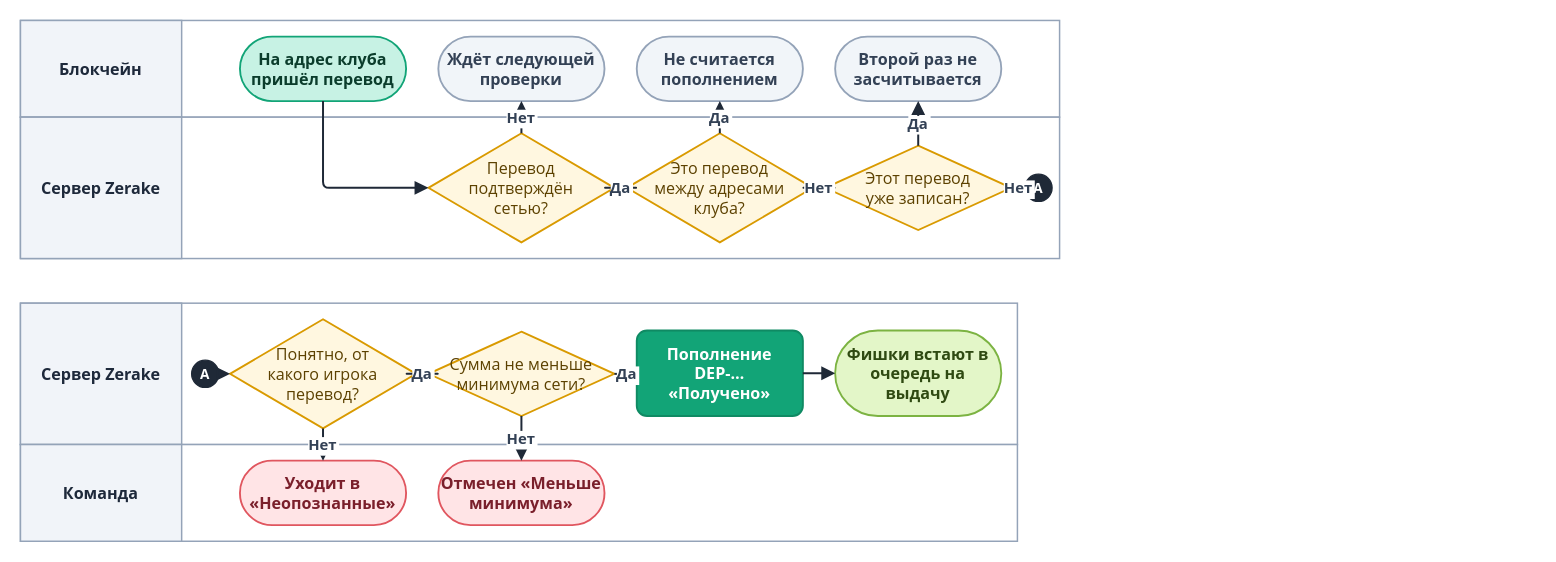
Earlier version of the draw.io diagram diagrams/drawio/detection.drawio (LILSUFFER/zerake-docs). Source tidied: cells renumbered, new cells numbered last; positions are measured from the earlier drawing's top-left corner, leaving out a move shared by most shapes. Both pictures are drawn from the tidied source at 124%, with x=0, y=0 at pixel (20, 20).
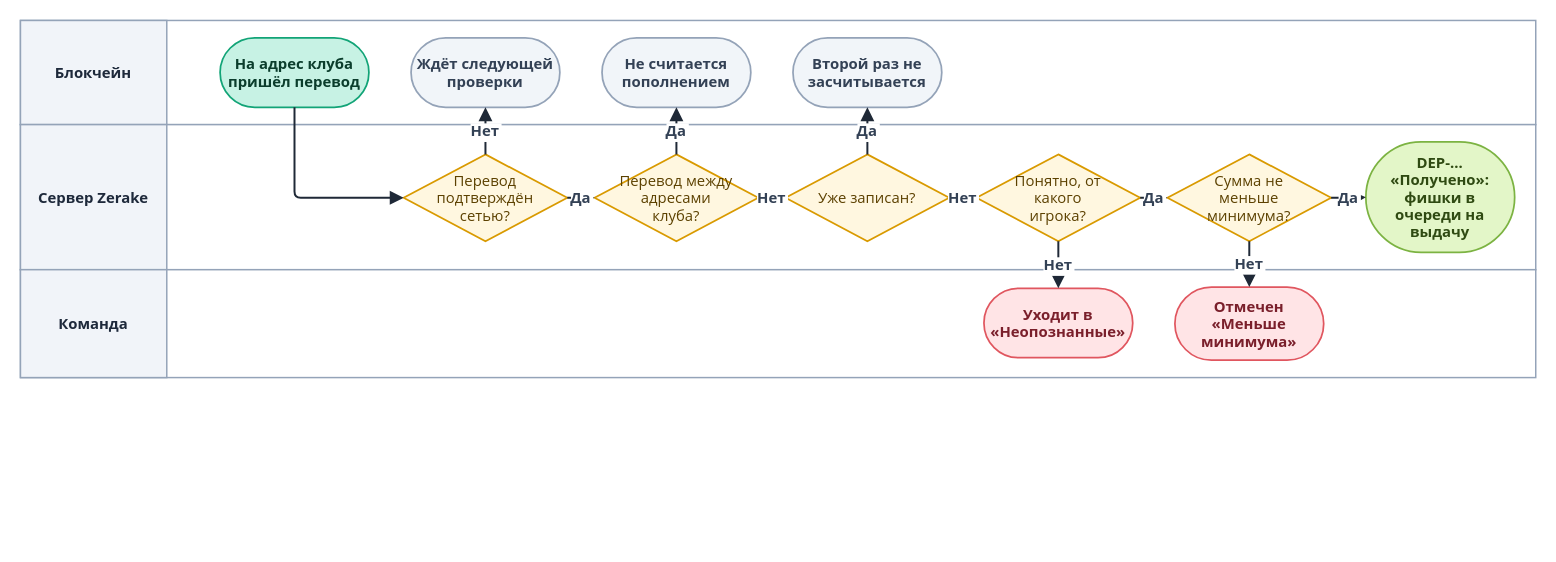
The same page after the edit.

Diff of the diagram source:
```diff
@@
     <mxCell id="2" style="rounded=0;html=0;fillColor=#FFFFFF;strokeColor=#94A3B8;strokeWidth=1.2;" parent="1" vertex="1">
-      <mxGeometry width="838" height="78" as="geometry" />
+      <mxGeometry width="1222" height="84" as="geometry" />
     </mxCell>
-    <mxCell id="3" value="Блокчейн" style="rounded=0;html=0;fillColor=#F1F4F9;strokeColor=#94A3B8;strokeWidth=1.2;fontColor=#1E293B;fontStyle=1;fontSize=13;fontFamily=Segoe UI;align=center;verticalAlign=middle;" parent="1" vertex="1">
-      <mxGeometry width="130" height="78" as="geometry" />
+    <mxCell id="3" value="Блокчейн" style="rounded=0;html=0;fillColor=#F1F4F9;strokeColor=#94A3B8;strokeWidth=1.2;fontColor=#1E293B;fontStyle=1;fontSize=12;fontFamily=Segoe UI;align=center;verticalAlign=middle;" parent="1" vertex="1">
+      <mxGeometry width="118" height="84" as="geometry" />
     </mxCell>
     <mxCell id="4" style="rounded=0;html=0;fillColor=#FFFFFF;strokeColor=#94A3B8;strokeWidth=1.2;" parent="1" vertex="1">
-      <mxGeometry y="78" width="838" height="114" as="geometry" />
+      <mxGeometry y="84" width="1222" height="117" as="geometry" />
     </mxCell>
-    <mxCell id="5" value="Сервер Zerake" style="rounded=0;html=0;fillColor=#F1F4F9;strokeColor=#94A3B8;strokeWidth=1.2;fontColor=#1E293B;fontStyle=1;fontSize=13;fontFamily=Segoe UI;align=center;verticalAlign=middle;" parent="1" vertex="1">
-      <mxGeometry y="78" width="130" height="114" as="geometry" />
+    <mxCell id="5" value="Сервер Zerake" style="rounded=0;html=0;fillColor=#F1F4F9;strokeColor=#94A3B8;strokeWidth=1.2;fontColor=#1E293B;fontStyle=1;fontSize=12;fontFamily=Segoe UI;align=center;verticalAlign=middle;" parent="1" vertex="1">
+      <mxGeometry y="84" width="118" height="117" as="geometry" />
     </mxCell>
-    <mxCell id="6" style="rounded=0;html=0;fillColor=#FFFFFF;strokeColor=#94A3B8;strokeWidth=1.2;" parent="1" vertex="1">
-      <mxGeometry y="228" width="804" height="114" as="geometry" />
-    </mxCell>
-    <mxCell id="7" value="Сервер Zerake" style="rounded=0;html=0;fillColor=#F1F4F9;strokeColor=#94A3B8;strokeWidth=1.2;fontColor=#1E293B;fontStyle=1;fontSize=13;fontFamily=Segoe UI;align=center;verticalAlign=middle;" parent="1" vertex="1">
-      <mxGeometry y="228" width="130" height="114" as="geometry" />
-    </mxCell>
-    <mxCell id="8" style="rounded=0;html=0;fillColor=#FFFFFF;strokeColor=#94A3B8;strokeWidth=1.2;" parent="1" vertex="1">
-      <mxGeometry y="342" width="804" height="78" as="geometry" />
-    </mxCell>
+    <mxCell id="38" style="rounded=0;html=0;fillColor=#FFFFFF;strokeColor=#94A3B8;strokeWidth=1.2;" parent="1" vertex="1">
+      <mxGeometry y="201" width="1222" height="87" as="geometry" />
+    </mxCell>
-    <mxCell id="9" value="Команда" style="rounded=0;html=0;fillColor=#F1F4F9;strokeColor=#94A3B8;strokeWidth=1.2;fontColor=#1E293B;fontStyle=1;fontSize=13;fontFamily=Segoe UI;align=center;verticalAlign=middle;" parent="1" vertex="1">
-      <mxGeometry y="342" width="130" height="78" as="geometry" />
+    <mxCell id="9" value="Команда" style="rounded=0;html=0;fillColor=#F1F4F9;strokeColor=#94A3B8;strokeWidth=1.2;fontColor=#1E293B;fontStyle=1;fontSize=12;fontFamily=Segoe UI;align=center;verticalAlign=middle;" parent="1" vertex="1">
+      <mxGeometry y="201" width="118" height="87" as="geometry" />
     </mxCell>
-    <mxCell id="10" value="На адрес клуба&#10;пришёл перевод" style="rounded=1;arcSize=50;html=0;fontStyle=1;fillColor=#C7F2E4;strokeColor=#12A477;fontColor=#0B3D2C;fontFamily=Segoe UI;fontSize=13;strokeWidth=1.5;" parent="1" vertex="1">
-      <mxGeometry x="177" y="13" width="134" height="52" as="geometry" />
+    <mxCell id="10" value="На адрес клуба&#10;пришёл перевод" style="rounded=1;arcSize=50;html=0;fontStyle=1;fillColor=#C7F2E4;strokeColor=#12A477;fontColor=#0B3D2C;fontFamily=Segoe UI;fontSize=12;strokeWidth=1.4;" parent="1" vertex="1">
+      <mxGeometry x="161" y="14" width="120" height="56" as="geometry" />
     </mxCell>
-    <mxCell id="11" value="Перевод&#10;подтверждён&#10;сетью?" style="rhombus;html=0;fillColor=#FFF7E0;strokeColor=#D99A00;fontColor=#5C4100;fontFamily=Segoe UI;fontSize=13;strokeWidth=1.5;" parent="1" vertex="1">
-      <mxGeometry x="329" y="91" width="150" height="88" as="geometry" />
+    <mxCell id="11" value="Перевод&#10;подтверждён&#10;сетью?" style="rhombus;html=0;fillColor=#FFF7E0;strokeColor=#D99A00;fontColor=#5C4100;fontFamily=Segoe UI;fontSize=12;strokeWidth=1.4;" parent="1" vertex="1">
+      <mxGeometry x="309" y="108" width="132" height="70" as="geometry" />
     </mxCell>
-    <mxCell id="12" value="Ждёт следующей&#10;проверки" style="rounded=1;arcSize=50;html=0;fontStyle=1;fillColor=#F1F5F9;strokeColor=#94A3B8;fontColor=#334155;fontFamily=Segoe UI;fontSize=13;strokeWidth=1.5;" parent="1" vertex="1">
-      <mxGeometry x="337" y="13" width="134" height="52" as="geometry" />
+    <mxCell id="12" value="Ждёт следующей&#10;проверки" style="rounded=1;arcSize=50;html=0;fontStyle=1;fillColor=#F1F5F9;strokeColor=#94A3B8;fontColor=#334155;fontFamily=Segoe UI;fontSize=12;strokeWidth=1.4;" parent="1" vertex="1">
+      <mxGeometry x="315" y="14" width="120" height="56" as="geometry" />
     </mxCell>
-    <mxCell id="13" value="Это перевод&#10;между адресами&#10;клуба?" style="rhombus;html=0;fillColor=#FFF7E0;strokeColor=#D99A00;fontColor=#5C4100;fontFamily=Segoe UI;fontSize=13;strokeWidth=1.5;" parent="1" vertex="1">
-      <mxGeometry x="489" y="91" width="150" height="88" as="geometry" />
+    <mxCell id="13" value="Перевод между&#10;адресами&#10;клуба?" style="rhombus;html=0;fillColor=#FFF7E0;strokeColor=#D99A00;fontColor=#5C4100;fontFamily=Segoe UI;fontSize=12;strokeWidth=1.4;" parent="1" vertex="1">
+      <mxGeometry x="463" y="108" width="132" height="70" as="geometry" />
     </mxCell>
-    <mxCell id="14" value="Не считается&#10;пополнением" style="rounded=1;arcSize=50;html=0;fontStyle=1;fillColor=#F1F5F9;strokeColor=#94A3B8;fontColor=#334155;fontFamily=Segoe UI;fontSize=13;strokeWidth=1.5;" parent="1" vertex="1">
-      <mxGeometry x="497" y="13" width="134" height="52" as="geometry" />
+    <mxCell id="14" value="Не считается&#10;пополнением" style="rounded=1;arcSize=50;html=0;fontStyle=1;fillColor=#F1F5F9;strokeColor=#94A3B8;fontColor=#334155;fontFamily=Segoe UI;fontSize=12;strokeWidth=1.4;" parent="1" vertex="1">
+      <mxGeometry x="469" y="14" width="120" height="56" as="geometry" />
     </mxCell>
-    <mxCell id="15" value="Этот перевод&#10;уже записан?" style="rhombus;html=0;fillColor=#FFF7E0;strokeColor=#D99A00;fontColor=#5C4100;fontFamily=Segoe UI;fontSize=13;strokeWidth=1.5;" parent="1" vertex="1">
-      <mxGeometry x="649" y="101" width="150" height="68" as="geometry" />
+    <mxCell id="15" value="Уже записан?" style="rhombus;html=0;fillColor=#FFF7E0;strokeColor=#D99A00;fontColor=#5C4100;fontFamily=Segoe UI;fontSize=12;strokeWidth=1.4;" parent="1" vertex="1">
+      <mxGeometry x="617" y="108" width="132" height="70" as="geometry" />
     </mxCell>
-    <mxCell id="16" value="Второй раз не&#10;засчитывается" style="rounded=1;arcSize=50;html=0;fontStyle=1;fillColor=#F1F5F9;strokeColor=#94A3B8;fontColor=#334155;fontFamily=Segoe UI;fontSize=13;strokeWidth=1.5;" parent="1" vertex="1">
-      <mxGeometry x="657" y="13" width="134" height="52" as="geometry" />
+    <mxCell id="16" value="Второй раз не&#10;засчитывается" style="rounded=1;arcSize=50;html=0;fontStyle=1;fillColor=#F1F5F9;strokeColor=#94A3B8;fontColor=#334155;fontFamily=Segoe UI;fontSize=12;strokeWidth=1.4;" parent="1" vertex="1">
+      <mxGeometry x="623" y="14" width="120" height="56" as="geometry" />
     </mxCell>
-    <mxCell id="17" value="Понятно, от&#10;какого игрока&#10;перевод?" style="rhombus;html=0;fillColor=#FFF7E0;strokeColor=#D99A00;fontColor=#5C4100;fontFamily=Segoe UI;fontSize=13;strokeWidth=1.5;" parent="1" vertex="1">
-      <mxGeometry x="169" y="241" width="150" height="88" as="geometry" />
+    <mxCell id="17" value="Понятно, от&#10;какого&#10;игрока?" style="rhombus;html=0;fillColor=#FFF7E0;strokeColor=#D99A00;fontColor=#5C4100;fontFamily=Segoe UI;fontSize=12;strokeWidth=1.4;" parent="1" vertex="1">
+      <mxGeometry x="771" y="108" width="132" height="70" as="geometry" />
     </mxCell>
-    <mxCell id="18" value="Уходит в&#10;«Неопознанные»" style="rounded=1;arcSize=50;html=0;fontStyle=1;fillColor=#FFE4E6;strokeColor=#E0565F;fontColor=#7A1F2B;fontFamily=Segoe UI;fontSize=13;strokeWidth=1.5;" parent="1" vertex="1">
-      <mxGeometry x="177" y="355" width="134" height="52" as="geometry" />
+    <mxCell id="18" value="Уходит в&#10;«Неопознанные»" style="rounded=1;arcSize=50;html=0;fontStyle=1;fillColor=#FFE4E6;strokeColor=#E0565F;fontColor=#7A1F2B;fontFamily=Segoe UI;fontSize=12;strokeWidth=1.4;" parent="1" vertex="1">
+      <mxGeometry x="777" y="216" width="120" height="56" as="geometry" />
     </mxCell>
-    <mxCell id="19" value="Сумма не меньше&#10;минимума сети?" style="rhombus;html=0;fillColor=#FFF7E0;strokeColor=#D99A00;fontColor=#5C4100;fontFamily=Segoe UI;fontSize=13;strokeWidth=1.5;" parent="1" vertex="1">
-      <mxGeometry x="329" y="251" width="150" height="68" as="geometry" />
+    <mxCell id="19" value="Сумма не&#10;меньше&#10;минимума?" style="rhombus;html=0;fillColor=#FFF7E0;strokeColor=#D99A00;fontColor=#5C4100;fontFamily=Segoe UI;fontSize=12;strokeWidth=1.4;" parent="1" vertex="1">
+      <mxGeometry x="925" y="108" width="132" height="70" as="geometry" />
     </mxCell>
-    <mxCell id="20" value="Отмечен «Меньше&#10;минимума»" style="rounded=1;arcSize=50;html=0;fontStyle=1;fillColor=#FFE4E6;strokeColor=#E0565F;fontColor=#7A1F2B;fontFamily=Segoe UI;fontSize=13;strokeWidth=1.5;" parent="1" vertex="1">
-      <mxGeometry x="337" y="355" width="134" height="52" as="geometry" />
+    <mxCell id="20" value="Отмечен&#10;«Меньше&#10;минимума»" style="rounded=1;arcSize=50;html=0;fontStyle=1;fillColor=#FFE4E6;strokeColor=#E0565F;fontColor=#7A1F2B;fontFamily=Segoe UI;fontSize=12;strokeWidth=1.4;" parent="1" vertex="1">
+      <mxGeometry x="931" y="215" width="120" height="59" as="geometry" />
     </mxCell>
-    <mxCell id="21" value="Пополнение&#10;DEP-…&#10;«Получено»" style="rounded=1;arcSize=12;html=0;fillColor=#12A477;strokeColor=#0F8A63;fontColor=#FFFFFF;fontStyle=1;fontFamily=Segoe UI;fontSize=13;strokeWidth=1.5;" parent="1" vertex="1">
-      <mxGeometry x="497" y="250" width="134" height="69" as="geometry" />
+    <mxCell id="21" value="DEP-…&#10;«Получено»:&#10;фишки в&#10;очереди на&#10;выдачу" style="rounded=1;arcSize=50;html=0;fontStyle=1;fillColor=#E3F6C8;strokeColor=#7CB342;fontColor=#2F4A12;fontFamily=Segoe UI;fontSize=12;strokeWidth=1.4;" parent="1" vertex="1">
+      <mxGeometry x="1085" y="98" width="120" height="89" as="geometry" />
     </mxCell>
-    <mxCell id="22" value="Фишки встают в&#10;очередь на&#10;выдачу" style="rounded=1;arcSize=50;html=0;fontStyle=1;fillColor=#E3F6C8;strokeColor=#7CB342;fontColor=#2F4A12;fontFamily=Segoe UI;fontSize=13;strokeWidth=1.5;" parent="1" vertex="1">
-      <mxGeometry x="657" y="250" width="134" height="69" as="geometry" />
-    </mxCell>
@@
-    <mxCell id="29" value="A" style="ellipse;html=0;fillColor=#1F2937;strokeColor=#1F2937;fontColor=#FFFFFF;fontStyle=1;fontSize=11;fontFamily=Segoe UI;" parent="1" vertex="1">
-      <mxGeometry x="810" y="124" width="22" height="22" as="geometry" />
-    </mxCell>
-    <mxCell id="30" value="A" style="ellipse;html=0;fillColor=#1F2937;strokeColor=#1F2937;fontColor=#FFFFFF;fontStyle=1;fontSize=11;fontFamily=Segoe UI;" parent="1" vertex="1">
-      <mxGeometry x="138" y="274" width="22" height="22" as="geometry" />
-    </mxCell>
-    <mxCell id="31" value="Нет" style="edgeStyle=orthogonalEdgeStyle;rounded=1;arcSize=10;jettySize=auto;html=0;strokeColor=#1F2937;strokeWidth=1.6;endArrow=block;endFill=1;endSize=7;fontFamily=Segoe UI;fontSize=12;fontStyle=1;fontColor=#334155;labelBackgroundColor=#FFFFFF;exitX=1;exitY=0.5;entryX=0;entryY=0.5;" parent="1" edge="1" source="15" target="29">
+    <mxCell id="31" value="Нет" style="edgeStyle=orthogonalEdgeStyle;rounded=1;arcSize=10;jettySize=auto;html=0;strokeColor=#1F2937;strokeWidth=1.6;endArrow=block;endFill=1;endSize=7;fontFamily=Segoe UI;fontSize=12;fontStyle=1;fontColor=#334155;labelBackgroundColor=#FFFFFF;" parent="1" edge="1" source="15" target="17">
       <mxGeometry relative="1" as="geometry" />
     </mxCell>
-    <mxCell id="32" style="edgeStyle=orthogonalEdgeStyle;rounded=1;arcSize=10;jettySize=auto;html=0;strokeColor=#1F2937;strokeWidth=1.6;endArrow=block;endFill=1;endSize=7;fontFamily=Segoe UI;fontSize=12;fontStyle=1;fontColor=#334155;labelBackgroundColor=#FFFFFF;exitX=1;exitY=0.5;entryX=0;entryY=0.5;" parent="1" edge="1" source="30" target="17">
-      <mxGeometry relative="1" as="geometry" />
-    </mxCell>
@@
-    <mxCell id="37" style="edgeStyle=orthogonalEdgeStyle;rounded=1;arcSize=10;jettySize=auto;html=0;strokeColor=#1F2937;strokeWidth=1.6;endArrow=block;endFill=1;endSize=7;fontFamily=Segoe UI;fontSize=12;fontStyle=1;fontColor=#334155;labelBackgroundColor=#FFFFFF;" parent="1" edge="1" source="21" target="22">
-      <mxGeometry relative="1" as="geometry" />
-    </mxCell>
```
